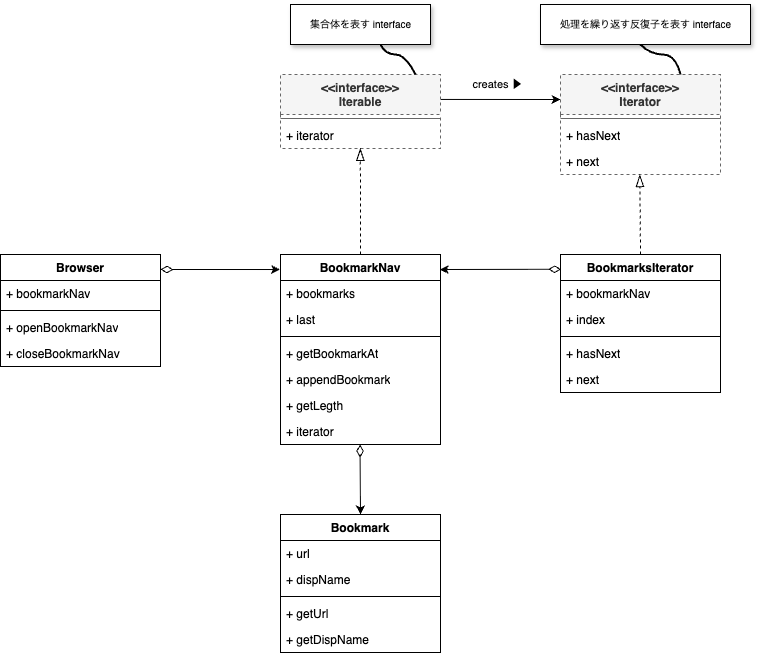
Earlier version of the draw.io export uml/iterator.drawio.png (yamaga-shu/design-pattern-ruby). Source tidied: cells renumbered, new cells last; positions are measured from the earlier drawing's top-left corner, leaving out a move shared by most shapes.
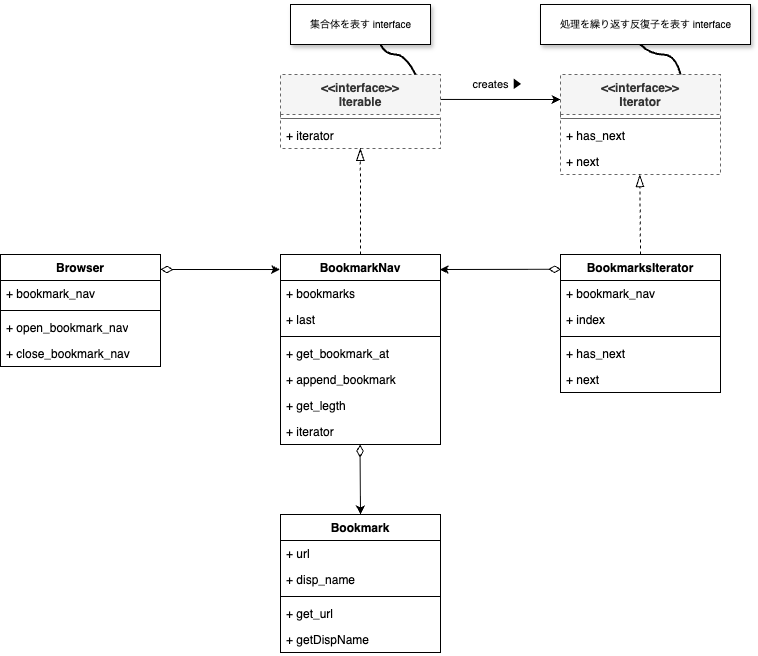
Above is the later version.

Diff of the diagram source:
```diff
@@ -17,7 +17,7 @@
     <mxCell id="6" style="line;strokeWidth=1;fillColor=none;align=left;verticalAlign=middle;spacingTop=-1;spacingLeft=3;spacingRight=3;labelPosition=right;strokeColor=inherit;" parent="5" vertex="1">
       <mxGeometry y="40" width="160" height="8" as="geometry" />
     </mxCell>
-    <mxCell id="7" value="+ hasNext" style="text;strokeColor=none;fillColor=none;align=left;verticalAlign=top;spacingLeft=4;spacingRight=4;overflow=hidden;whiteSpace=wrap;html=1;" parent="5" vertex="1">
+    <mxCell id="7" value="+ has_next" style="text;strokeColor=none;fillColor=none;align=left;verticalAlign=top;spacingLeft=4;spacingRight=4;overflow=hidden;whiteSpace=wrap;html=1;" parent="5" vertex="1">
       <mxGeometry y="48" width="160" height="26" as="geometry" />
     </mxCell>
     <mxCell id="8" value="+ next" style="text;strokeColor=none;fillColor=none;align=left;verticalAlign=top;spacingLeft=4;spacingRight=4;overflow=hidden;points=[[0,0.5],[1,0.5]];portConstraint=eastwest;whiteSpace=wrap;html=1;" parent="5" vertex="1">
@@ -35,13 +35,13 @@
     <mxCell id="12" style="line;strokeWidth=1;fillColor=none;align=left;verticalAlign=middle;spacingTop=-1;spacingLeft=3;spacingRight=3;labelPosition=right;strokeColor=inherit;" parent="9" vertex="1">
       <mxGeometry y="78" width="160" height="8" as="geometry" />
     </mxCell>
-    <mxCell id="13" value="+ getBookmarkAt" style="text;strokeColor=none;fillColor=none;align=left;verticalAlign=top;spacingLeft=4;spacingRight=4;overflow=hidden;whiteSpace=wrap;html=1;" parent="9" vertex="1">
+    <mxCell id="13" value="+ get_bookmark_at" style="text;strokeColor=none;fillColor=none;align=left;verticalAlign=top;spacingLeft=4;spacingRight=4;overflow=hidden;whiteSpace=wrap;html=1;" parent="9" vertex="1">
       <mxGeometry y="86" width="160" height="26" as="geometry" />
     </mxCell>
-    <mxCell id="14" value="+ appendBookmark" style="text;strokeColor=none;fillColor=none;align=left;verticalAlign=top;spacingLeft=4;spacingRight=4;overflow=hidden;whiteSpace=wrap;html=1;" parent="9" vertex="1">
+    <mxCell id="14" value="+ append_bookmark" style="text;strokeColor=none;fillColor=none;align=left;verticalAlign=top;spacingLeft=4;spacingRight=4;overflow=hidden;whiteSpace=wrap;html=1;" parent="9" vertex="1">
       <mxGeometry y="112" width="160" height="26" as="geometry" />
     </mxCell>
-    <mxCell id="15" value="+ getLegth" style="text;strokeColor=none;fillColor=none;align=left;verticalAlign=top;spacingLeft=4;spacingRight=4;overflow=hidden;whiteSpace=wrap;html=1;" parent="9" vertex="1">
+    <mxCell id="15" value="+ get_legth" style="text;strokeColor=none;fillColor=none;align=left;verticalAlign=top;spacingLeft=4;spacingRight=4;overflow=hidden;whiteSpace=wrap;html=1;" parent="9" vertex="1">
       <mxGeometry y="138" width="160" height="26" as="geometry" />
     </mxCell>
     <mxCell id="16" value="+ iterator" style="text;strokeColor=none;fillColor=none;align=left;verticalAlign=top;spacingLeft=4;spacingRight=4;overflow=hidden;points=[[0,0.5],[1,0.5]];portConstraint=eastwest;whiteSpace=wrap;html=1;" parent="9" vertex="1">
@@ -50,7 +50,7 @@
     <mxCell id="17" value="BookmarksIterator" style="swimlane;fontStyle=1;align=center;verticalAlign=top;horizontal=1;startSize=26;whiteSpace=wrap;html=1;" parent="1" vertex="1">
       <mxGeometry x="560" y="250" width="160" height="138" as="geometry" />
     </mxCell>
-    <mxCell id="18" value="+ bookmarkNav" style="text;strokeColor=none;fillColor=none;align=left;verticalAlign=top;spacingLeft=4;spacingRight=4;overflow=hidden;whiteSpace=wrap;html=1;" parent="17" vertex="1">
+    <mxCell id="18" value="+ bookmark_nav" style="text;strokeColor=none;fillColor=none;align=left;verticalAlign=top;spacingLeft=4;spacingRight=4;overflow=hidden;whiteSpace=wrap;html=1;" parent="17" vertex="1">
       <mxGeometry y="26" width="160" height="26" as="geometry" />
     </mxCell>
     <mxCell id="19" value="+ index" style="text;strokeColor=none;fillColor=none;align=left;verticalAlign=top;spacingLeft=4;spacingRight=4;overflow=hidden;whiteSpace=wrap;html=1;" parent="17" vertex="1">
@@ -59,7 +59,7 @@
     <mxCell id="20" style="line;strokeWidth=1;fillColor=none;align=left;verticalAlign=middle;spacingTop=-1;spacingLeft=3;spacingRight=3;labelPosition=right;strokeColor=inherit;" parent="17" vertex="1">
       <mxGeometry y="78" width="160" height="8" as="geometry" />
     </mxCell>
-    <mxCell id="21" value="+ hasNext" style="text;strokeColor=none;fillColor=none;align=left;verticalAlign=top;spacingLeft=4;spacingRight=4;overflow=hidden;whiteSpace=wrap;html=1;" parent="17" vertex="1">
+    <mxCell id="21" value="+ has_next" style="text;strokeColor=none;fillColor=none;align=left;verticalAlign=top;spacingLeft=4;spacingRight=4;overflow=hidden;whiteSpace=wrap;html=1;" parent="17" vertex="1">
       <mxGeometry y="86" width="160" height="26" as="geometry" />
     </mxCell>
     <mxCell id="22" value="+ next" style="text;strokeColor=none;fillColor=none;align=left;verticalAlign=top;spacingLeft=4;spacingRight=4;overflow=hidden;whiteSpace=wrap;html=1;" parent="17" vertex="1">
@@ -71,13 +71,13 @@
     <mxCell id="24" value="+ url" style="text;strokeColor=none;fillColor=none;align=left;verticalAlign=top;spacingLeft=4;spacingRight=4;overflow=hidden;whiteSpace=wrap;html=1;" parent="23" vertex="1">
       <mxGeometry y="26" width="160" height="26" as="geometry" />
     </mxCell>
-    <mxCell id="25" value="+ dispName" style="text;strokeColor=none;fillColor=none;align=left;verticalAlign=top;spacingLeft=4;spacingRight=4;overflow=hidden;whiteSpace=wrap;html=1;" parent="23" vertex="1">
+    <mxCell id="25" value="+ disp_name" style="text;strokeColor=none;fillColor=none;align=left;verticalAlign=top;spacingLeft=4;spacingRight=4;overflow=hidden;whiteSpace=wrap;html=1;" parent="23" vertex="1">
       <mxGeometry y="52" width="160" height="26" as="geometry" />
     </mxCell>
     <mxCell id="26" style="line;strokeWidth=1;fillColor=none;align=left;verticalAlign=middle;spacingTop=-1;spacingLeft=3;spacingRight=3;labelPosition=right;strokeColor=inherit;" parent="23" vertex="1">
       <mxGeometry y="78" width="160" height="8" as="geometry" />
     </mxCell>
-    <mxCell id="27" value="+ getUrl" style="text;strokeColor=none;fillColor=none;align=left;verticalAlign=top;spacingLeft=4;spacingRight=4;overflow=hidden;whiteSpace=wrap;html=1;" parent="23" vertex="1">
+    <mxCell id="27" value="+ get_url" style="text;strokeColor=none;fillColor=none;align=left;verticalAlign=top;spacingLeft=4;spacingRight=4;overflow=hidden;whiteSpace=wrap;html=1;" parent="23" vertex="1">
       <mxGeometry y="86" width="160" height="26" as="geometry" />
     </mxCell>
     <mxCell id="28" value="+ getDispName" style="text;strokeColor=none;fillColor=none;align=left;verticalAlign=top;spacingLeft=4;spacingRight=4;overflow=hidden;whiteSpace=wrap;html=1;" parent="23" vertex="1">
@@ -111,16 +111,16 @@
     <mxCell id="36" value="Browser" style="swimlane;fontStyle=1;align=center;verticalAlign=top;horizontal=1;startSize=26;whiteSpace=wrap;html=1;" parent="1" vertex="1">
       <mxGeometry y="250" width="160" height="112" as="geometry" />
     </mxCell>
-    <mxCell id="37" value="+ bookmarkNav" style="text;strokeColor=none;fillColor=none;align=left;verticalAlign=top;spacingLeft=4;spacingRight=4;overflow=hidden;whiteSpace=wrap;html=1;" parent="36" vertex="1">
+    <mxCell id="37" value="+ bookmark_nav" style="text;strokeColor=none;fillColor=none;align=left;verticalAlign=top;spacingLeft=4;spacingRight=4;overflow=hidden;whiteSpace=wrap;html=1;" parent="36" vertex="1">
       <mxGeometry y="26" width="160" height="26" as="geometry" />
     </mxCell>
     <mxCell id="38" style="line;strokeWidth=1;fillColor=none;align=left;verticalAlign=middle;spacingTop=-1;spacingLeft=3;spacingRight=3;labelPosition=right;strokeColor=inherit;" parent="36" vertex="1">
       <mxGeometry y="52" width="160" height="8" as="geometry" />
     </mxCell>
-    <mxCell id="39" value="+ openBookmarkNav" style="text;strokeColor=none;fillColor=none;align=left;verticalAlign=top;spacingLeft=4;spacingRight=4;overflow=hidden;whiteSpace=wrap;html=1;" parent="36" vertex="1">
+    <mxCell id="39" value="+ open_bookmark_nav" style="text;strokeColor=none;fillColor=none;align=left;verticalAlign=top;spacingLeft=4;spacingRight=4;overflow=hidden;whiteSpace=wrap;html=1;" parent="36" vertex="1">
       <mxGeometry y="60" width="160" height="26" as="geometry" />
     </mxCell>
-    <mxCell id="40" value="+ closeBookmarkNav" style="text;strokeColor=none;fillColor=none;align=left;verticalAlign=top;spacingLeft=4;spacingRight=4;overflow=hidden;whiteSpace=wrap;html=1;" parent="36" vertex="1">
+    <mxCell id="40" value="+ close_bookmark_nav" style="text;strokeColor=none;fillColor=none;align=left;verticalAlign=top;spacingLeft=4;spacingRight=4;overflow=hidden;whiteSpace=wrap;html=1;" parent="36" vertex="1">
       <mxGeometry y="86" width="160" height="26" as="geometry" />
     </mxCell>
     <mxCell id="41" value="Comment" parent="0" />
```
